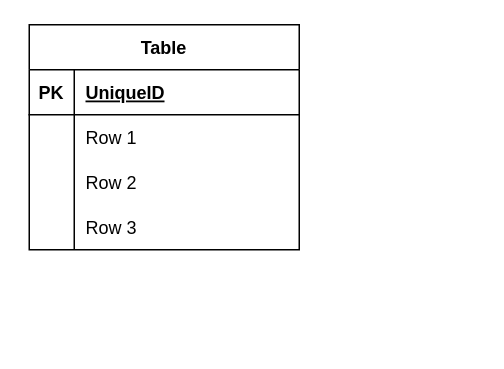
The draw.io diagram er.dio in tarosss/message-tool, before the edit. Source tidied: cells renumbered, new cells numbered last; positions are measured from the earlier drawing's top-left corner, leaving out a move shared by most shapes. Both pictures are drawn from the tidied source at 150%, with x=0, y=0 at pixel (28, 24).
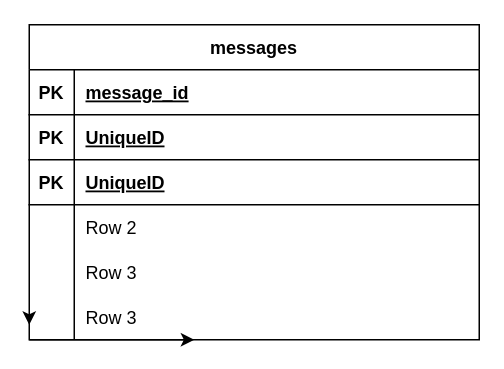
After the change.

The edit, as a diff of the source:
```diff
@@
+    <mxCell id="15" style="edgeStyle=none;html=1;exitX=0;exitY=1;exitDx=0;exitDy=0;" parent="1" edge="1" source="2">
+      <mxGeometry relative="1" as="geometry">
+        <mxPoint x="110" y="210" as="targetPoint" />
+      </mxGeometry>
+    </mxCell>
-    <mxCell id="2" value="Table" style="shape=table;startSize=30;childLayout=tableLayout;rowLines=0;fontStyle=1;align=center;" parent="1" vertex="1">
-      <mxGeometry width="180" height="150" as="geometry" />
+    <mxCell id="2" value="messages" style="shape=table;startSize=30;childLayout=tableLayout;rowLines=0;fontStyle=1;align=center;" parent="1" vertex="1">
+      <mxGeometry width="300" height="210" as="geometry" />
     </mxCell>
+    <mxCell id="16" style="shape=tableRow;horizontal=0;startSize=0;swimlaneHead=0;swimlaneBody=0;fillColor=none;top=0;left=0;right=0;bottom=1;" parent="2" vertex="1">
+      <mxGeometry y="30" width="300" height="30" as="geometry" />
+    </mxCell>
+    <mxCell id="17" value="PK" style="shape=partialRectangle;fillColor=none;top=0;left=0;bottom=0;right=0;fontStyle=1;overflow=hidden;" parent="16" vertex="1">
+      <mxGeometry width="30" height="30" as="geometry" />
+    </mxCell>
+    <mxCell id="18" value="message_id" style="shape=partialRectangle;fillColor=none;top=0;left=0;bottom=0;right=0;align=left;spacingLeft=6;fontStyle=5;overflow=hidden;" parent="16" vertex="1">
+      <mxGeometry x="30" width="270" height="30" as="geometry" />
+    </mxCell>
     <mxCell id="3" style="shape=tableRow;horizontal=0;startSize=0;swimlaneHead=0;swimlaneBody=0;fillColor=none;top=0;left=0;right=0;bottom=1;" parent="2" vertex="1">
-      <mxGeometry y="30" width="180" height="30" as="geometry" />
+      <mxGeometry y="60" width="300" height="30" as="geometry" />
     </mxCell>
@@
     <mxCell id="5" value="UniqueID" style="shape=partialRectangle;fillColor=none;top=0;left=0;bottom=0;right=0;align=left;spacingLeft=6;fontStyle=5;overflow=hidden;" parent="3" vertex="1">
-      <mxGeometry x="30" width="150" height="30" as="geometry" />
+      <mxGeometry x="30" width="270" height="30" as="geometry" />
     </mxCell>
-    <mxCell id="6" style="shape=tableRow;horizontal=0;startSize=0;swimlaneHead=0;swimlaneBody=0;fillColor=none;top=0;left=0;right=0;bottom=0;" parent="2" vertex="1">
-      <mxGeometry y="60" width="180" height="30" as="geometry" />
-    </mxCell>
-    <mxCell id="7" style="shape=partialRectangle;fillColor=none;top=0;left=0;bottom=0;right=0;overflow=hidden;" parent="6" vertex="1">
-      <mxGeometry width="30" height="30" as="geometry" />
-    </mxCell>
-    <mxCell id="8" value="Row 1" style="shape=partialRectangle;fillColor=none;top=0;left=0;bottom=0;right=0;align=left;spacingLeft=6;overflow=hidden;" parent="6" vertex="1">
-      <mxGeometry x="30" width="150" height="30" as="geometry" />
-    </mxCell>
+    <mxCell id="19" style="shape=tableRow;horizontal=0;startSize=0;swimlaneHead=0;swimlaneBody=0;fillColor=none;top=0;left=0;right=0;bottom=1;" parent="2" vertex="1">
+      <mxGeometry y="90" width="300" height="30" as="geometry" />
+    </mxCell>
+    <mxCell id="20" value="PK" style="shape=partialRectangle;fillColor=none;top=0;left=0;bottom=0;right=0;fontStyle=1;overflow=hidden;" parent="19" vertex="1">
+      <mxGeometry width="30" height="30" as="geometry" />
+    </mxCell>
+    <mxCell id="21" value="UniqueID" style="shape=partialRectangle;fillColor=none;top=0;left=0;bottom=0;right=0;align=left;spacingLeft=6;fontStyle=5;overflow=hidden;" parent="19" vertex="1">
+      <mxGeometry x="30" width="270" height="30" as="geometry" />
+    </mxCell>
     <mxCell id="9" style="shape=tableRow;horizontal=0;startSize=0;swimlaneHead=0;swimlaneBody=0;fillColor=none;top=0;left=0;right=0;bottom=0;" parent="2" vertex="1">
-      <mxGeometry y="90" width="180" height="30" as="geometry" />
+      <mxGeometry y="120" width="300" height="30" as="geometry" />
     </mxCell>
@@
     <mxCell id="11" value="Row 2" style="shape=partialRectangle;fillColor=none;top=0;left=0;bottom=0;right=0;align=left;spacingLeft=6;overflow=hidden;" parent="9" vertex="1">
-      <mxGeometry x="30" width="150" height="30" as="geometry" />
+      <mxGeometry x="30" width="270" height="30" as="geometry" />
     </mxCell>
+    <mxCell id="22" style="shape=tableRow;horizontal=0;startSize=0;swimlaneHead=0;swimlaneBody=0;fillColor=none;top=0;left=0;right=0;bottom=0;" parent="2" vertex="1">
+      <mxGeometry y="150" width="300" height="30" as="geometry" />
+    </mxCell>
+    <mxCell id="7" style="shape=partialRectangle;fillColor=none;top=0;left=0;bottom=0;right=0;overflow=hidden;" parent="22" vertex="1">
+      <mxGeometry width="30" height="30" as="geometry" />
+    </mxCell>
+    <mxCell id="23" value="Row 3" style="shape=partialRectangle;fillColor=none;top=0;left=0;bottom=0;right=0;align=left;spacingLeft=6;overflow=hidden;" parent="22" vertex="1">
+      <mxGeometry x="30" width="270" height="30" as="geometry" />
+    </mxCell>
     <mxCell id="12" style="shape=tableRow;horizontal=0;startSize=0;swimlaneHead=0;swimlaneBody=0;fillColor=none;points=[[0,0.5],[1,0.5]];portConstraint=eastwest;top=0;left=0;right=0;bottom=0;" parent="2" vertex="1">
-      <mxGeometry y="120" width="180" height="30" as="geometry" />
+      <mxGeometry y="180" width="300" height="30" as="geometry" />
     </mxCell>
@@
     <mxCell id="14" value="Row 3" style="shape=partialRectangle;fillColor=none;top=0;left=0;bottom=0;right=0;align=left;spacingLeft=6;overflow=hidden;" parent="12" vertex="1">
-      <mxGeometry x="30" width="150" height="30" as="geometry" />
+      <mxGeometry x="30" width="270" height="30" as="geometry" />
     </mxCell>
+    <mxCell id="24" style="edgeStyle=none;html=1;exitX=0;exitY=0.5;exitDx=0;exitDy=0;" parent="1" edge="1" source="12">
+      <mxGeometry relative="1" as="geometry">
+        <mxPoint y="200" as="targetPoint" />
+      </mxGeometry>
+    </mxCell>
```
